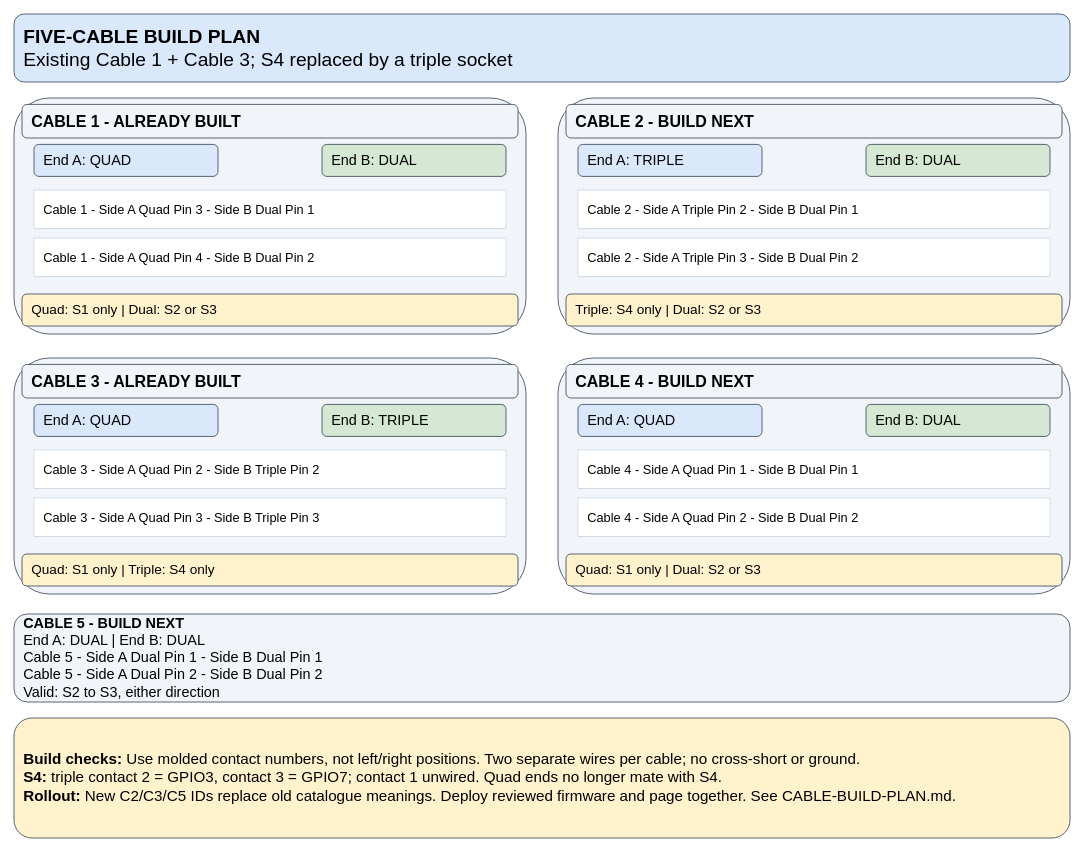
This is page "Cable Build Plan" (2 of 2) of hardware/raspberry-pi/panel-pi-wiring.drawio from Andworx/Copilot-IoT-Game, a draw.io file, before an edit. Source tidied: cells renumbered, new cells numbered last; positions are measured from the earlier drawing's top-left corner, leaving out a move shared by most shapes. Both pictures are drawn from the tidied source at 80%, with x=0, y=0 at pixel (14, 14).
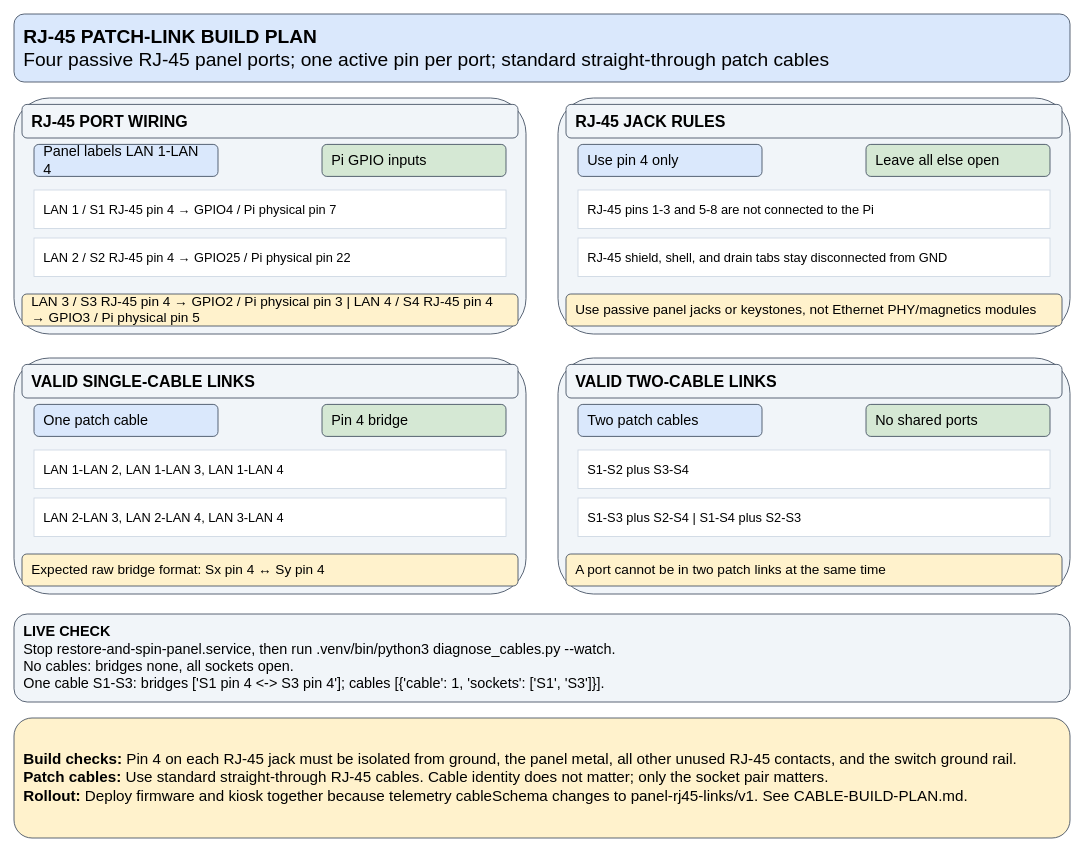
The same diagram, later.

Diff of the diagram source:
```diff
@@
-    <mxCell id="2" value="&lt;b&gt;FIVE-CABLE BUILD PLAN&lt;/b&gt;&lt;br&gt;Existing Cable 1 + Cable 3; S4 replaced by a triple socket" style="rounded=1;whiteSpace=wrap;html=1;fillColor=#DAE8FC;strokeColor=#334155;fontSize=24;fontFamily=Helvetica;align=left;verticalAlign=middle;spacing=12;" parent="1" vertex="1">
+    <mxCell id="2" value="&lt;b&gt;RJ-45 PATCH-LINK BUILD PLAN&lt;/b&gt;&lt;br&gt;Four passive RJ-45 panel ports; one active pin per port; standard straight-through patch cables" style="rounded=1;whiteSpace=wrap;html=1;fillColor=#DAE8FC;strokeColor=#334155;fontSize=24;fontFamily=Helvetica;align=left;verticalAlign=middle;spacing=12;" parent="1" vertex="1">
       <mxGeometry width="1320" height="85" as="geometry" />
     </mxCell>
@@
-    <mxCell id="4" value="&lt;b&gt;CABLE 1 - ALREADY BUILT&lt;/b&gt;" style="rounded=1;whiteSpace=wrap;html=1;fillColor=#F1F5F9;strokeColor=#334155;fontSize=20;fontFamily=Helvetica;align=left;verticalAlign=middle;spacing=12;" parent="1" vertex="1">
+    <mxCell id="4" value="&lt;b&gt;RJ-45 PORT WIRING&lt;/b&gt;" style="rounded=1;whiteSpace=wrap;html=1;fillColor=#F1F5F9;strokeColor=#334155;fontSize=20;fontFamily=Helvetica;align=left;verticalAlign=middle;spacing=12;" parent="1" vertex="1">
       <mxGeometry x="10" y="113" width="620" height="42" as="geometry" />
     </mxCell>
-    <mxCell id="5" value="End A: QUAD" style="rounded=1;whiteSpace=wrap;html=1;fillColor=#DAE8FC;strokeColor=#334155;fontSize=18;fontFamily=Helvetica;align=left;verticalAlign=middle;spacing=12;" parent="1" vertex="1">
+    <mxCell id="5" value="Panel labels LAN 1-LAN 4" style="rounded=1;whiteSpace=wrap;html=1;fillColor=#DAE8FC;strokeColor=#334155;fontSize=18;fontFamily=Helvetica;align=left;verticalAlign=middle;spacing=12;" parent="1" vertex="1">
       <mxGeometry x="25" y="163" width="230" height="40" as="geometry" />
     </mxCell>
-    <mxCell id="6" value="End B: DUAL" style="rounded=1;whiteSpace=wrap;html=1;fillColor=#D5E8D4;strokeColor=#334155;fontSize=18;fontFamily=Helvetica;align=left;verticalAlign=middle;spacing=12;" parent="1" vertex="1">
+    <mxCell id="6" value="Pi GPIO inputs" style="rounded=1;whiteSpace=wrap;html=1;fillColor=#D5E8D4;strokeColor=#334155;fontSize=18;fontFamily=Helvetica;align=left;verticalAlign=middle;spacing=12;" parent="1" vertex="1">
       <mxGeometry x="385" y="163" width="230" height="40" as="geometry" />
     </mxCell>
-    <mxCell id="7" value="Cable 1 - Side A Quad Pin 3 - Side B Dual Pin 1" style="whiteSpace=wrap;html=1;fillColor=#FFFFFF;strokeColor=#CBD5E1;fontSize=16;align=left;spacing=12;" parent="1" vertex="1" edge="0">
+    <mxCell id="7" value="LAN 1 / S1 RJ-45 pin 4 → GPIO4 / Pi physical pin 7" style="whiteSpace=wrap;html=1;fillColor=#FFFFFF;strokeColor=#CBD5E1;fontSize=16;align=left;spacing=12;" parent="1" vertex="1" edge="0">
       <mxGeometry x="25" y="220" width="590" height="48" as="geometry" />
     </mxCell>
-    <mxCell id="8" value="Cable 1 - Side A Quad Pin 4 - Side B Dual Pin 2" style="whiteSpace=wrap;html=1;fillColor=#FFFFFF;strokeColor=#CBD5E1;fontSize=16;align=left;spacing=12;" parent="1" vertex="1" edge="0">
+    <mxCell id="8" value="LAN 2 / S2 RJ-45 pin 4 → GPIO25 / Pi physical pin 22" style="whiteSpace=wrap;html=1;fillColor=#FFFFFF;strokeColor=#CBD5E1;fontSize=16;align=left;spacing=12;" parent="1" vertex="1" edge="0">
       <mxGeometry x="25" y="280" width="590" height="48" as="geometry" />
     </mxCell>
-    <mxCell id="9" value="Quad: S1 only | Dual: S2 or S3" style="rounded=1;whiteSpace=wrap;html=1;fillColor=#FFF2CC;strokeColor=#334155;fontSize=17;fontFamily=Helvetica;align=left;verticalAlign=middle;spacing=12;" parent="1" vertex="1">
+    <mxCell id="9" value="LAN 3 / S3 RJ-45 pin 4 → GPIO2 / Pi physical pin 3 | LAN 4 / S4 RJ-45 pin 4 → GPIO3 / Pi physical pin 5" style="rounded=1;whiteSpace=wrap;html=1;fillColor=#FFF2CC;strokeColor=#334155;fontSize=17;fontFamily=Helvetica;align=left;verticalAlign=middle;spacing=12;" parent="1" vertex="1">
       <mxGeometry x="10" y="350" width="620" height="40" as="geometry" />
     </mxCell>
@@
-    <mxCell id="11" value="&lt;b&gt;CABLE 2 - BUILD NEXT&lt;/b&gt;" style="rounded=1;whiteSpace=wrap;html=1;fillColor=#F1F5F9;strokeColor=#334155;fontSize=20;fontFamily=Helvetica;align=left;verticalAlign=middle;spacing=12;" parent="1" vertex="1">
+    <mxCell id="11" value="&lt;b&gt;RJ-45 JACK RULES&lt;/b&gt;" style="rounded=1;whiteSpace=wrap;html=1;fillColor=#F1F5F9;strokeColor=#334155;fontSize=20;fontFamily=Helvetica;align=left;verticalAlign=middle;spacing=12;" parent="1" vertex="1">
       <mxGeometry x="690" y="113" width="620" height="42" as="geometry" />
     </mxCell>
-    <mxCell id="12" value="End A: TRIPLE" style="rounded=1;whiteSpace=wrap;html=1;fillColor=#DAE8FC;strokeColor=#334155;fontSize=18;fontFamily=Helvetica;align=left;verticalAlign=middle;spacing=12;" parent="1" vertex="1">
+    <mxCell id="12" value="Use pin 4 only" style="rounded=1;whiteSpace=wrap;html=1;fillColor=#DAE8FC;strokeColor=#334155;fontSize=18;fontFamily=Helvetica;align=left;verticalAlign=middle;spacing=12;" parent="1" vertex="1">
       <mxGeometry x="705" y="163" width="230" height="40" as="geometry" />
     </mxCell>
-    <mxCell id="13" value="End B: DUAL" style="rounded=1;whiteSpace=wrap;html=1;fillColor=#D5E8D4;strokeColor=#334155;fontSize=18;fontFamily=Helvetica;align=left;verticalAlign=middle;spacing=12;" parent="1" vertex="1">
+    <mxCell id="13" value="Leave all else open" style="rounded=1;whiteSpace=wrap;html=1;fillColor=#D5E8D4;strokeColor=#334155;fontSize=18;fontFamily=Helvetica;align=left;verticalAlign=middle;spacing=12;" parent="1" vertex="1">
       <mxGeometry x="1065" y="163" width="230" height="40" as="geometry" />
     </mxCell>
-    <mxCell id="14" value="Cable 2 - Side A Triple Pin 2 - Side B Dual Pin 1" style="whiteSpace=wrap;html=1;fillColor=#FFFFFF;strokeColor=#CBD5E1;fontSize=16;align=left;spacing=12;" parent="1" vertex="1" edge="0">
+    <mxCell id="14" value="RJ-45 pins 1-3 and 5-8 are not connected to the Pi" style="whiteSpace=wrap;html=1;fillColor=#FFFFFF;strokeColor=#CBD5E1;fontSize=16;align=left;spacing=12;" parent="1" vertex="1" edge="0">
       <mxGeometry x="705" y="220" width="590" height="48" as="geometry" />
     </mxCell>
-    <mxCell id="15" value="Cable 2 - Side A Triple Pin 3 - Side B Dual Pin 2" style="whiteSpace=wrap;html=1;fillColor=#FFFFFF;strokeColor=#CBD5E1;fontSize=16;align=left;spacing=12;" parent="1" vertex="1" edge="0">
+    <mxCell id="15" value="RJ-45 shield, shell, and drain tabs stay disconnected from GND" style="whiteSpace=wrap;html=1;fillColor=#FFFFFF;strokeColor=#CBD5E1;fontSize=16;align=left;spacing=12;" parent="1" vertex="1" edge="0">
       <mxGeometry x="705" y="280" width="590" height="48" as="geometry" />
     </mxCell>
-    <mxCell id="16" value="Triple: S4 only | Dual: S2 or S3" style="rounded=1;whiteSpace=wrap;html=1;fillColor=#FFF2CC;strokeColor=#334155;fontSize=17;fontFamily=Helvetica;align=left;verticalAlign=middle;spacing=12;" parent="1" vertex="1">
+    <mxCell id="16" value="Use passive panel jacks or keystones, not Ethernet PHY/magnetics modules" style="rounded=1;whiteSpace=wrap;html=1;fillColor=#FFF2CC;strokeColor=#334155;fontSize=17;fontFamily=Helvetica;align=left;verticalAlign=middle;spacing=12;" parent="1" vertex="1">
       <mxGeometry x="690" y="350" width="620" height="40" as="geometry" />
     </mxCell>
@@
-    <mxCell id="18" value="&lt;b&gt;CABLE 3 - ALREADY BUILT&lt;/b&gt;" style="rounded=1;whiteSpace=wrap;html=1;fillColor=#F1F5F9;strokeColor=#334155;fontSize=20;fontFamily=Helvetica;align=left;verticalAlign=middle;spacing=12;" parent="1" vertex="1">
+    <mxCell id="18" value="&lt;b&gt;VALID SINGLE-CABLE LINKS&lt;/b&gt;" style="rounded=1;whiteSpace=wrap;html=1;fillColor=#F1F5F9;strokeColor=#334155;fontSize=20;fontFamily=Helvetica;align=left;verticalAlign=middle;spacing=12;" parent="1" vertex="1">
       <mxGeometry x="10" y="438" width="620" height="42" as="geometry" />
     </mxCell>
-    <mxCell id="19" value="End A: QUAD" style="rounded=1;whiteSpace=wrap;html=1;fillColor=#DAE8FC;strokeColor=#334155;fontSize=18;fontFamily=Helvetica;align=left;verticalAlign=middle;spacing=12;" parent="1" vertex="1">
+    <mxCell id="19" value="One patch cable" style="rounded=1;whiteSpace=wrap;html=1;fillColor=#DAE8FC;strokeColor=#334155;fontSize=18;fontFamily=Helvetica;align=left;verticalAlign=middle;spacing=12;" parent="1" vertex="1">
       <mxGeometry x="25" y="488" width="230" height="40" as="geometry" />
     </mxCell>
-    <mxCell id="20" value="End B: TRIPLE" style="rounded=1;whiteSpace=wrap;html=1;fillColor=#D5E8D4;strokeColor=#334155;fontSize=18;fontFamily=Helvetica;align=left;verticalAlign=middle;spacing=12;" parent="1" vertex="1">
+    <mxCell id="20" value="Pin 4 bridge" style="rounded=1;whiteSpace=wrap;html=1;fillColor=#D5E8D4;strokeColor=#334155;fontSize=18;fontFamily=Helvetica;align=left;verticalAlign=middle;spacing=12;" parent="1" vertex="1">
       <mxGeometry x="385" y="488" width="230" height="40" as="geometry" />
     </mxCell>
-    <mxCell id="21" value="Cable 3 - Side A Quad Pin 2 - Side B Triple Pin 2" style="whiteSpace=wrap;html=1;fillColor=#FFFFFF;strokeColor=#CBD5E1;fontSize=16;align=left;spacing=12;" parent="1" vertex="1" edge="0">
+    <mxCell id="21" value="LAN 1-LAN 2, LAN 1-LAN 3, LAN 1-LAN 4" style="whiteSpace=wrap;html=1;fillColor=#FFFFFF;strokeColor=#CBD5E1;fontSize=16;align=left;spacing=12;" parent="1" vertex="1" edge="0">
       <mxGeometry x="25" y="545" width="590" height="48" as="geometry" />
     </mxCell>
-    <mxCell id="22" value="Cable 3 - Side A Quad Pin 3 - Side B Triple Pin 3" style="whiteSpace=wrap;html=1;fillColor=#FFFFFF;strokeColor=#CBD5E1;fontSize=16;align=left;spacing=12;" parent="1" vertex="1" edge="0">
+    <mxCell id="22" value="LAN 2-LAN 3, LAN 2-LAN 4, LAN 3-LAN 4" style="whiteSpace=wrap;html=1;fillColor=#FFFFFF;strokeColor=#CBD5E1;fontSize=16;align=left;spacing=12;" parent="1" vertex="1" edge="0">
       <mxGeometry x="25" y="605" width="590" height="48" as="geometry" />
     </mxCell>
-    <mxCell id="23" value="Quad: S1 only | Triple: S4 only" style="rounded=1;whiteSpace=wrap;html=1;fillColor=#FFF2CC;strokeColor=#334155;fontSize=17;fontFamily=Helvetica;align=left;verticalAlign=middle;spacing=12;" parent="1" vertex="1">
+    <mxCell id="23" value="Expected raw bridge format: Sx pin 4 ↔ Sy pin 4" style="rounded=1;whiteSpace=wrap;html=1;fillColor=#FFF2CC;strokeColor=#334155;fontSize=17;fontFamily=Helvetica;align=left;verticalAlign=middle;spacing=12;" parent="1" vertex="1">
       <mxGeometry x="10" y="675" width="620" height="40" as="geometry" />
     </mxCell>
@@
-    <mxCell id="25" value="&lt;b&gt;CABLE 4 - BUILD NEXT&lt;/b&gt;" style="rounded=1;whiteSpace=wrap;html=1;fillColor=#F1F5F9;strokeColor=#334155;fontSize=20;fontFamily=Helvetica;align=left;verticalAlign=middle;spacing=12;" parent="1" vertex="1">
+    <mxCell id="25" value="&lt;b&gt;VALID TWO-CABLE LINKS&lt;/b&gt;" style="rounded=1;whiteSpace=wrap;html=1;fillColor=#F1F5F9;strokeColor=#334155;fontSize=20;fontFamily=Helvetica;align=left;verticalAlign=middle;spacing=12;" parent="1" vertex="1">
       <mxGeometry x="690" y="438" width="620" height="42" as="geometry" />
     </mxCell>
-    <mxCell id="26" value="End A: QUAD" style="rounded=1;whiteSpace=wrap;html=1;fillColor=#DAE8FC;strokeColor=#334155;fontSize=18;fontFamily=Helvetica;align=left;verticalAlign=middle;spacing=12;" parent="1" vertex="1">
+    <mxCell id="26" value="Two patch cables" style="rounded=1;whiteSpace=wrap;html=1;fillColor=#DAE8FC;strokeColor=#334155;fontSize=18;fontFamily=Helvetica;align=left;verticalAlign=middle;spacing=12;" parent="1" vertex="1">
       <mxGeometry x="705" y="488" width="230" height="40" as="geometry" />
     </mxCell>
-    <mxCell id="27" value="End B: DUAL" style="rounded=1;whiteSpace=wrap;html=1;fillColor=#D5E8D4;strokeColor=#334155;fontSize=18;fontFamily=Helvetica;align=left;verticalAlign=middle;spacing=12;" parent="1" vertex="1">
+    <mxCell id="27" value="No shared ports" style="rounded=1;whiteSpace=wrap;html=1;fillColor=#D5E8D4;strokeColor=#334155;fontSize=18;fontFamily=Helvetica;align=left;verticalAlign=middle;spacing=12;" parent="1" vertex="1">
       <mxGeometry x="1065" y="488" width="230" height="40" as="geometry" />
     </mxCell>
-    <mxCell id="28" value="Cable 4 - Side A Quad Pin 1 - Side B Dual Pin 1" style="whiteSpace=wrap;html=1;fillColor=#FFFFFF;strokeColor=#CBD5E1;fontSize=16;align=left;spacing=12;" parent="1" vertex="1" edge="0">
+    <mxCell id="28" value="S1-S2 plus S3-S4" style="whiteSpace=wrap;html=1;fillColor=#FFFFFF;strokeColor=#CBD5E1;fontSize=16;align=left;spacing=12;" parent="1" vertex="1" edge="0">
       <mxGeometry x="705" y="545" width="590" height="48" as="geometry" />
     </mxCell>
-    <mxCell id="29" value="Cable 4 - Side A Quad Pin 2 - Side B Dual Pin 2" style="whiteSpace=wrap;html=1;fillColor=#FFFFFF;strokeColor=#CBD5E1;fontSize=16;align=left;spacing=12;" parent="1" vertex="1" edge="0">
+    <mxCell id="29" value="S1-S3 plus S2-S4 | S1-S4 plus S2-S3" style="whiteSpace=wrap;html=1;fillColor=#FFFFFF;strokeColor=#CBD5E1;fontSize=16;align=left;spacing=12;" parent="1" vertex="1" edge="0">
       <mxGeometry x="705" y="605" width="590" height="48" as="geometry" />
     </mxCell>
-    <mxCell id="30" value="Quad: S1 only | Dual: S2 or S3" style="rounded=1;whiteSpace=wrap;html=1;fillColor=#FFF2CC;strokeColor=#334155;fontSize=17;fontFamily=Helvetica;align=left;verticalAlign=middle;spacing=12;" parent="1" vertex="1">
+    <mxCell id="30" value="A port cannot be in two patch links at the same time" style="rounded=1;whiteSpace=wrap;html=1;fillColor=#FFF2CC;strokeColor=#334155;fontSize=17;fontFamily=Helvetica;align=left;verticalAlign=middle;spacing=12;" parent="1" vertex="1">
       <mxGeometry x="690" y="675" width="620" height="40" as="geometry" />
     </mxCell>
-    <mxCell id="31" value="&lt;b&gt;CABLE 5 - BUILD NEXT&lt;/b&gt;&lt;br&gt;End A: DUAL | End B: DUAL&lt;br&gt;Cable 5 - Side A Dual Pin 1 - Side B Dual Pin 1&lt;br&gt;Cable 5 - Side A Dual Pin 2 - Side B Dual Pin 2&lt;br&gt;Valid: S2 to S3, either direction" style="rounded=1;whiteSpace=wrap;html=1;fillColor=#F1F5F9;strokeColor=#334155;fontSize=18;fontFamily=Helvetica;align=left;verticalAlign=middle;spacing=12;" parent="1" vertex="1">
+    <mxCell id="31" value="&lt;b&gt;LIVE CHECK&lt;/b&gt;&lt;br&gt;Stop restore-and-spin-panel.service, then run .venv/bin/python3 diagnose_cables.py --watch.&lt;br&gt;No cables: bridges none, all sockets open.&lt;br&gt;One cable S1-S3: bridges ['S1 pin 4 &amp;lt;-&amp;gt; S3 pin 4']; cables [{'cable': 1, 'sockets': ['S1', 'S3']}]." style="rounded=1;whiteSpace=wrap;html=1;fillColor=#F1F5F9;strokeColor=#334155;fontSize=18;fontFamily=Helvetica;align=left;verticalAlign=middle;spacing=12;" parent="1" vertex="1">
       <mxGeometry y="750" width="1320" height="110" as="geometry" />
     </mxCell>
-    <mxCell id="32" value="&lt;b&gt;Build checks:&lt;/b&gt; Use molded contact numbers, not left/right positions. Two separate wires per cable; no cross-short or ground.&lt;br&gt;&lt;b&gt;S4:&lt;/b&gt; triple contact 2 = GPIO3, contact 3 = GPIO7; contact 1 unwired. Quad ends no longer mate with S4.&lt;br&gt;&lt;b&gt;Rollout:&lt;/b&gt; New C2/C3/C5 IDs replace old catalogue meanings. Deploy reviewed firmware and page together. See CABLE-BUILD-PLAN.md." style="rounded=1;whiteSpace=wrap;html=1;fillColor=#FFF2CC;strokeColor=#334155;fontSize=19;fontFamily=Helvetica;align=left;verticalAlign=middle;spacing=12;" parent="1" vertex="1">
+    <mxCell id="32" value="&lt;b&gt;Build checks:&lt;/b&gt; Pin 4 on each RJ-45 jack must be isolated from ground, the panel metal, all other unused RJ-45 contacts, and the switch ground rail.&lt;br&gt;&lt;b&gt;Patch cables:&lt;/b&gt; Use standard straight-through RJ-45 cables. Cable identity does not matter; only the socket pair matters.&lt;br&gt;&lt;b&gt;Rollout:&lt;/b&gt; Deploy firmware and kiosk together because telemetry cableSchema changes to panel-rj45-links/v1. See CABLE-BUILD-PLAN.md." style="rounded=1;whiteSpace=wrap;html=1;fillColor=#FFF2CC;strokeColor=#334155;fontSize=19;fontFamily=Helvetica;align=left;verticalAlign=middle;spacing=12;" parent="1" vertex="1">
       <mxGeometry y="880" width="1320" height="150" as="geometry" />
     </mxCell>
```
